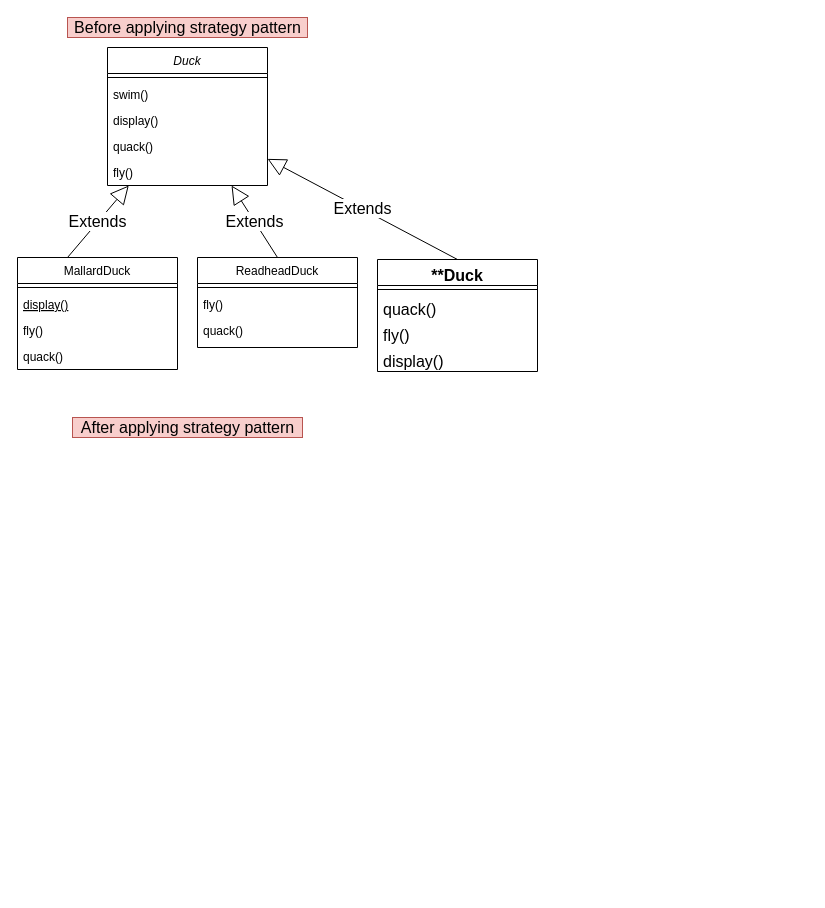
The draw.io diagram src/StrategyPattern/Untitled Diagram.drawio in jhw0323/DesignPatterns, before the edit. Source tidied: cells renumbered, new cells numbered last; positions are measured from the earlier drawing's top-left corner, leaving out a move shared by most shapes. Both pictures are drawn from the tidied source at 100%, with x=0, y=0 at pixel (17, 17).
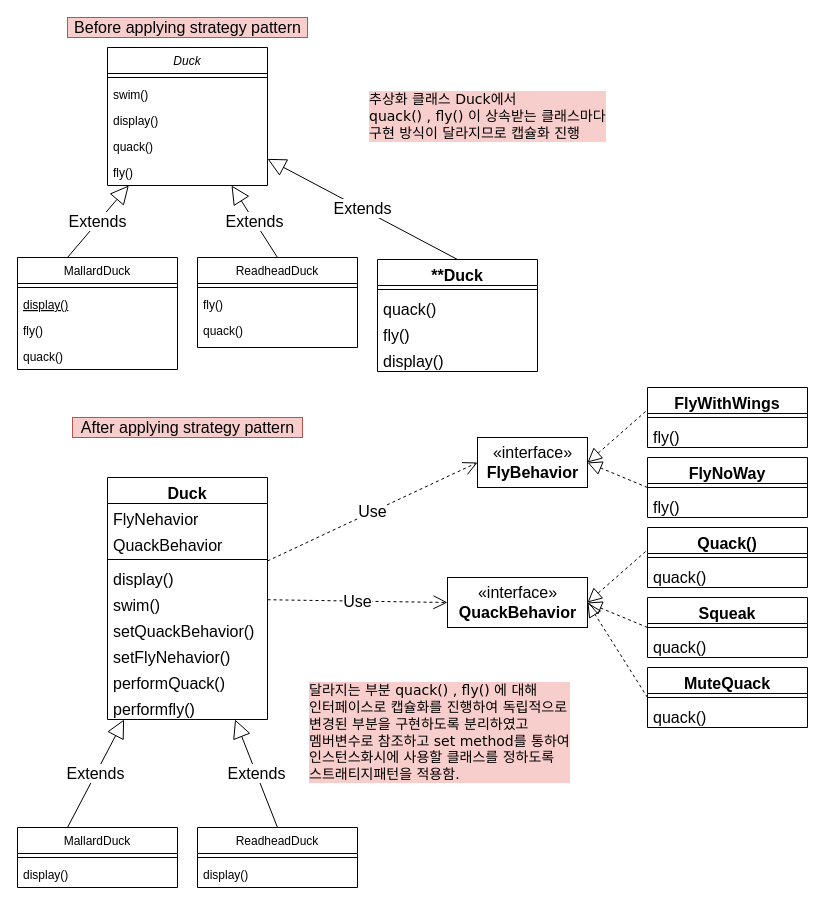
Above is the later version.

The edit, as a diff of the source:
```diff
@@
+    <mxCell id="27" value="추상화 클래스 Duck에서&lt;br style=&quot;font-size: 14px;&quot;&gt;quack() , fly() 이 상속받는 클래스마다 &lt;br style=&quot;font-size: 14px;&quot;&gt;구현 방식이 달라지므로 캡슐화 진행" style="text;html=1;align=left;verticalAlign=middle;strokeColor=none;fillColor=none;fontSize=14;labelBackgroundColor=#F8CECC;fontFamily=Verdana;" parent="1" vertex="1">
+      <mxGeometry x="350" y="69" width="270" height="60" as="geometry" />
+    </mxCell>
+    <mxCell id="28" value="Duck" style="swimlane;fontStyle=1;align=center;verticalAlign=top;horizontal=1;startSize=26;fontSize=16;" parent="1" vertex="1">
+      <mxGeometry x="90" y="460" width="160" height="242" as="geometry" />
+    </mxCell>
+    <mxCell id="29" value="FlyNehavior" style="text;strokeColor=none;fillColor=none;align=left;verticalAlign=top;spacingLeft=4;spacingRight=4;overflow=hidden;fontSize=16;" parent="28" vertex="1">
+      <mxGeometry y="26" width="160" height="26" as="geometry" />
+    </mxCell>
+    <mxCell id="30" value="QuackBehavior" style="text;strokeColor=none;fillColor=none;align=left;verticalAlign=top;spacingLeft=4;spacingRight=4;overflow=hidden;fontSize=16;" parent="28" vertex="1">
+      <mxGeometry y="52" width="160" height="26" as="geometry" />
+    </mxCell>
+    <mxCell id="31" style="line;strokeWidth=1;fillColor=none;align=left;verticalAlign=middle;spacingTop=-1;spacingLeft=3;spacingRight=3;labelPosition=right;fontSize=16;" parent="28" vertex="1">
+      <mxGeometry y="78" width="160" height="8" as="geometry" />
+    </mxCell>
+    <mxCell id="32" value="display()" style="text;strokeColor=none;fillColor=none;align=left;verticalAlign=top;spacingLeft=4;spacingRight=4;overflow=hidden;fontSize=16;" parent="28" vertex="1">
+      <mxGeometry y="86" width="160" height="26" as="geometry" />
+    </mxCell>
+    <mxCell id="33" value="swim()" style="text;strokeColor=none;fillColor=none;align=left;verticalAlign=top;spacingLeft=4;spacingRight=4;overflow=hidden;fontSize=16;" parent="28" vertex="1">
+      <mxGeometry y="112" width="160" height="26" as="geometry" />
+    </mxCell>
+    <mxCell id="34" value="setQuackBehavior()" style="text;strokeColor=none;fillColor=none;align=left;verticalAlign=top;spacingLeft=4;spacingRight=4;overflow=hidden;fontSize=16;" parent="28" vertex="1">
+      <mxGeometry y="138" width="160" height="26" as="geometry" />
+    </mxCell>
+    <mxCell id="35" value="setFlyNehavior()" style="text;strokeColor=none;fillColor=none;align=left;verticalAlign=top;spacingLeft=4;spacingRight=4;overflow=hidden;fontSize=16;" parent="28" vertex="1">
+      <mxGeometry y="164" width="160" height="26" as="geometry" />
+    </mxCell>
+    <mxCell id="36" value="performQuack()" style="text;strokeColor=none;fillColor=none;align=left;verticalAlign=top;spacingLeft=4;spacingRight=4;overflow=hidden;fontSize=16;" parent="28" vertex="1">
+      <mxGeometry y="190" width="160" height="26" as="geometry" />
+    </mxCell>
+    <mxCell id="37" value="performfly()" style="text;strokeColor=none;fillColor=none;align=left;verticalAlign=top;spacingLeft=4;spacingRight=4;overflow=hidden;fontSize=16;" parent="28" vertex="1">
+      <mxGeometry y="216" width="160" height="26" as="geometry" />
+    </mxCell>
+    <mxCell id="38" value="«interface»&lt;br&gt;&lt;b&gt;FlyBehavior&lt;/b&gt;" style="html=1;fontSize=16;" parent="1" vertex="1">
+      <mxGeometry x="460" y="420" width="110" height="50" as="geometry" />
+    </mxCell>
+    <mxCell id="39" value="FlyWithWings" style="swimlane;fontStyle=1;align=center;verticalAlign=top;horizontal=1;startSize=26;fontSize=16;" parent="1" vertex="1">
+      <mxGeometry x="630" y="370" width="160" height="60" as="geometry" />
+    </mxCell>
+    <mxCell id="40" style="line;strokeWidth=1;fillColor=none;align=left;verticalAlign=middle;spacingTop=-1;spacingLeft=3;spacingRight=3;labelPosition=right;fontSize=16;" parent="39" vertex="1">
+      <mxGeometry y="26" width="160" height="8" as="geometry" />
+    </mxCell>
+    <mxCell id="41" value="fly()" style="text;strokeColor=none;fillColor=none;align=left;verticalAlign=top;spacingLeft=4;spacingRight=4;overflow=hidden;fontSize=16;" parent="39" vertex="1">
+      <mxGeometry y="34" width="160" height="26" as="geometry" />
+    </mxCell>
+    <mxCell id="42" value="FlyNoWay" style="swimlane;fontStyle=1;align=center;verticalAlign=top;horizontal=1;startSize=26;fontSize=16;" parent="1" vertex="1">
+      <mxGeometry x="630" y="440" width="160" height="60" as="geometry" />
+    </mxCell>
+    <mxCell id="43" style="line;strokeWidth=1;fillColor=none;align=left;verticalAlign=middle;spacingTop=-1;spacingLeft=3;spacingRight=3;labelPosition=right;fontSize=16;" parent="42" vertex="1">
+      <mxGeometry y="26" width="160" height="8" as="geometry" />
+    </mxCell>
+    <mxCell id="44" value="fly()" style="text;strokeColor=none;fillColor=none;align=left;verticalAlign=top;spacingLeft=4;spacingRight=4;overflow=hidden;fontSize=16;" parent="42" vertex="1">
+      <mxGeometry y="34" width="160" height="26" as="geometry" />
+    </mxCell>
+    <mxCell id="45" style="endArrow=block;dashed=1;endFill=0;endSize=12;html=1;rounded=0;fontSize=16;exitX=-0.012;exitY=0.4;exitDx=0;exitDy=0;exitPerimeter=0;entryX=1;entryY=0.5;entryDx=0;entryDy=0;" parent="1" edge="1" source="39" target="38">
+      <mxGeometry relative="1" as="geometry" />
+    </mxCell>
+    <mxCell id="46" style="endArrow=block;dashed=1;endFill=0;endSize=12;html=1;rounded=0;fontSize=16;exitX=0;exitY=0.5;exitDx=0;exitDy=0;entryX=1;entryY=0.5;entryDx=0;entryDy=0;" parent="1" edge="1" source="42" target="38">
+      <mxGeometry relative="1" as="geometry" />
+    </mxCell>
+    <mxCell id="47" value="«interface»&lt;br&gt;&lt;b&gt;QuackBehavior&lt;/b&gt;" style="html=1;fontSize=16;" parent="1" vertex="1">
+      <mxGeometry x="430" y="560" width="140" height="50" as="geometry" />
+    </mxCell>
+    <mxCell id="48" value="Quack()" style="swimlane;fontStyle=1;align=center;verticalAlign=top;horizontal=1;startSize=26;fontSize=16;" parent="1" vertex="1">
+      <mxGeometry x="630" y="510" width="160" height="60" as="geometry" />
+    </mxCell>
+    <mxCell id="49" style="line;strokeWidth=1;fillColor=none;align=left;verticalAlign=middle;spacingTop=-1;spacingLeft=3;spacingRight=3;labelPosition=right;fontSize=16;" parent="48" vertex="1">
+      <mxGeometry y="26" width="160" height="8" as="geometry" />
+    </mxCell>
+    <mxCell id="50" value="quack()" style="text;strokeColor=none;fillColor=none;align=left;verticalAlign=top;spacingLeft=4;spacingRight=4;overflow=hidden;fontSize=16;" parent="48" vertex="1">
+      <mxGeometry y="34" width="160" height="26" as="geometry" />
+    </mxCell>
+    <mxCell id="51" value="Squeak" style="swimlane;fontStyle=1;align=center;verticalAlign=top;horizontal=1;startSize=26;fontSize=16;" parent="1" vertex="1">
+      <mxGeometry x="630" y="580" width="160" height="60" as="geometry" />
+    </mxCell>
+    <mxCell id="52" style="line;strokeWidth=1;fillColor=none;align=left;verticalAlign=middle;spacingTop=-1;spacingLeft=3;spacingRight=3;labelPosition=right;fontSize=16;" parent="51" vertex="1">
+      <mxGeometry y="26" width="160" height="8" as="geometry" />
+    </mxCell>
+    <mxCell id="53" value="quack()" style="text;strokeColor=none;fillColor=none;align=left;verticalAlign=top;spacingLeft=4;spacingRight=4;overflow=hidden;fontSize=16;" parent="51" vertex="1">
+      <mxGeometry y="34" width="160" height="26" as="geometry" />
+    </mxCell>
+    <mxCell id="54" style="endArrow=block;dashed=1;endFill=0;endSize=12;html=1;rounded=0;fontSize=16;exitX=-0.012;exitY=0.4;exitDx=0;exitDy=0;exitPerimeter=0;entryX=1;entryY=0.5;entryDx=0;entryDy=0;" parent="1" edge="1" source="48" target="47">
+      <mxGeometry relative="1" as="geometry" />
+    </mxCell>
+    <mxCell id="55" style="endArrow=block;dashed=1;endFill=0;endSize=12;html=1;rounded=0;fontSize=16;exitX=0;exitY=0.5;exitDx=0;exitDy=0;entryX=1;entryY=0.5;entryDx=0;entryDy=0;" parent="1" edge="1" source="51" target="47">
+      <mxGeometry relative="1" as="geometry" />
+    </mxCell>
+    <mxCell id="56" value="MuteQuack" style="swimlane;fontStyle=1;align=center;verticalAlign=top;horizontal=1;startSize=26;fontSize=16;" parent="1" vertex="1">
+      <mxGeometry x="630" y="650" width="160" height="60" as="geometry" />
+    </mxCell>
+    <mxCell id="57" style="line;strokeWidth=1;fillColor=none;align=left;verticalAlign=middle;spacingTop=-1;spacingLeft=3;spacingRight=3;labelPosition=right;fontSize=16;" parent="56" vertex="1">
+      <mxGeometry y="26" width="160" height="8" as="geometry" />
+    </mxCell>
+    <mxCell id="58" value="quack()" style="text;strokeColor=none;fillColor=none;align=left;verticalAlign=top;spacingLeft=4;spacingRight=4;overflow=hidden;fontSize=16;" parent="56" vertex="1">
+      <mxGeometry y="34" width="160" height="26" as="geometry" />
+    </mxCell>
+    <mxCell id="59" style="endArrow=block;dashed=1;endFill=0;endSize=12;html=1;rounded=0;fontSize=16;exitX=0;exitY=0.5;exitDx=0;exitDy=0;entryX=1;entryY=0.5;entryDx=0;entryDy=0;" parent="1" edge="1" source="56" target="47">
+      <mxGeometry relative="1" as="geometry" />
+    </mxCell>
+    <mxCell id="60" value="Use" style="endArrow=open;endSize=12;dashed=1;html=1;rounded=0;fontSize=16;entryX=0;entryY=0.5;entryDx=0;entryDy=0;" parent="1" edge="1" source="28" target="38">
+      <mxGeometry relative="1" as="geometry" />
+    </mxCell>
+    <mxCell id="61" value="Use" style="endArrow=open;endSize=12;dashed=1;html=1;rounded=0;fontSize=16;entryX=0;entryY=0.5;entryDx=0;entryDy=0;" parent="1" edge="1" source="28" target="47">
+      <mxGeometry relative="1" as="geometry" />
+    </mxCell>
+    <mxCell id="62" value="MallardDuck" style="swimlane;fontStyle=0;align=center;verticalAlign=top;horizontal=1;startSize=26;rounded=0;shadow=0;strokeWidth=1;" parent="1" vertex="1">
+      <mxGeometry y="810" width="160" height="60" as="geometry" />
+    </mxCell>
+    <mxCell id="63" style="line;html=1;strokeWidth=1;align=left;verticalAlign=middle;spacingTop=-1;spacingLeft=3;spacingRight=3;labelPosition=right;" parent="62" vertex="1">
+      <mxGeometry y="26" width="160" height="8" as="geometry" />
+    </mxCell>
+    <mxCell id="64" value="display()" style="text;align=left;verticalAlign=top;spacingLeft=4;spacingRight=4;overflow=hidden;fontStyle=0;" parent="62" vertex="1">
+      <mxGeometry y="34" width="160" height="26" as="geometry" />
+    </mxCell>
+    <mxCell id="65" value="Extends" style="endArrow=block;endSize=16;endFill=0;html=1;rounded=0;fontSize=16;" parent="62" edge="1" target="28">
+      <mxGeometry relative="1" as="geometry">
+        <mxPoint x="50" as="sourcePoint" />
+      </mxGeometry>
+    </mxCell>
+    <mxCell id="66" value="ReadheadDuck" style="swimlane;fontStyle=0;align=center;verticalAlign=top;horizontal=1;startSize=26;rounded=0;shadow=0;strokeWidth=1;direction=east;" parent="1" vertex="1">
+      <mxGeometry x="180" y="810" width="160" height="60" as="geometry" />
+    </mxCell>
+    <mxCell id="67" style="line;html=1;strokeWidth=1;align=left;verticalAlign=middle;spacingTop=-1;spacingLeft=3;spacingRight=3;labelPosition=right;" parent="66" vertex="1">
+      <mxGeometry y="26" width="160" height="8" as="geometry" />
+    </mxCell>
+    <mxCell id="68" value="display()" style="text;align=left;verticalAlign=top;spacingLeft=4;spacingRight=4;overflow=hidden;" parent="66" vertex="1">
+      <mxGeometry y="34" width="160" height="26" as="geometry" />
+    </mxCell>
+    <mxCell id="69" value="Extends" style="endArrow=block;endSize=16;endFill=0;html=1;rounded=0;fontSize=16;exitX=0.5;exitY=0;exitDx=0;exitDy=0;" parent="1" edge="1" source="66" target="28">
+      <mxGeometry relative="1" as="geometry" />
+    </mxCell>
+    <mxCell id="70" value="달라지는 부분 quack() , fly() 에 대해&amp;nbsp;&lt;br&gt;인터페이스로 캡슐화를 진행하여 독립적으로&lt;br&gt;변경된 부분을 구현하도록 분리하였고&lt;br&gt;멤버변수로 참조하고 set method를 통하여&lt;br&gt;인스턴스화시에 사용할 클래스를 정하도록&amp;nbsp;&lt;br&gt;스트래티지패턴을 적용함." style="text;html=1;align=left;verticalAlign=middle;strokeColor=none;fillColor=none;fontSize=14;labelBackgroundColor=#F8CECC;fontFamily=Verdana;" parent="1" vertex="1">
+      <mxGeometry x="290" y="660" width="300" height="110" as="geometry" />
+    </mxCell>
```
